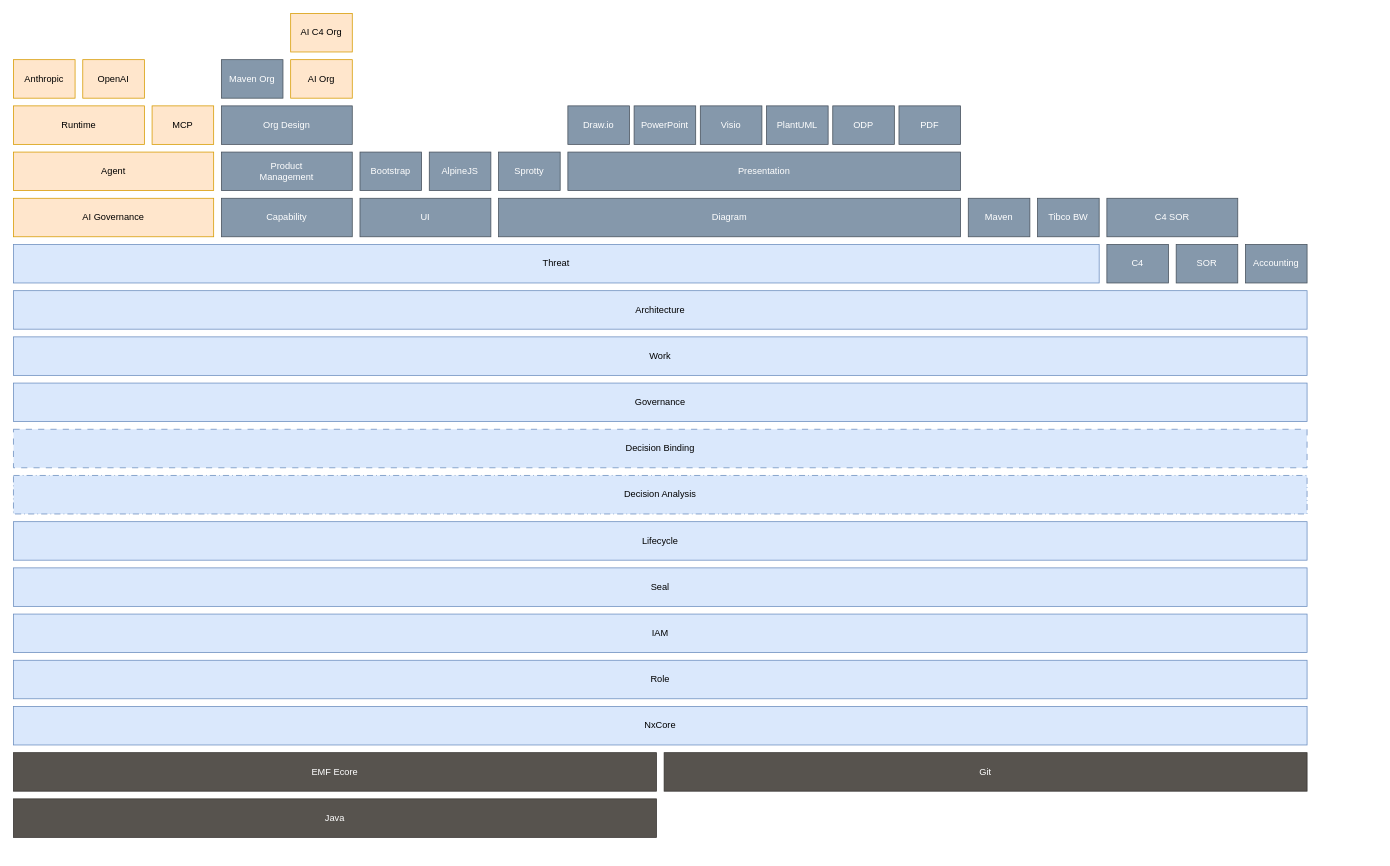
Earlier version of the draw.io diagram model-tower.drawio (Nasdanika/nasdanika.com). Source tidied: cells renumbered, new cells numbered last; positions are measured from the earlier drawing's top-left corner, leaving out a move shared by most shapes. Both pictures are drawn from the tidied source at 77%, with x=0, y=0 at pixel (13, 13).
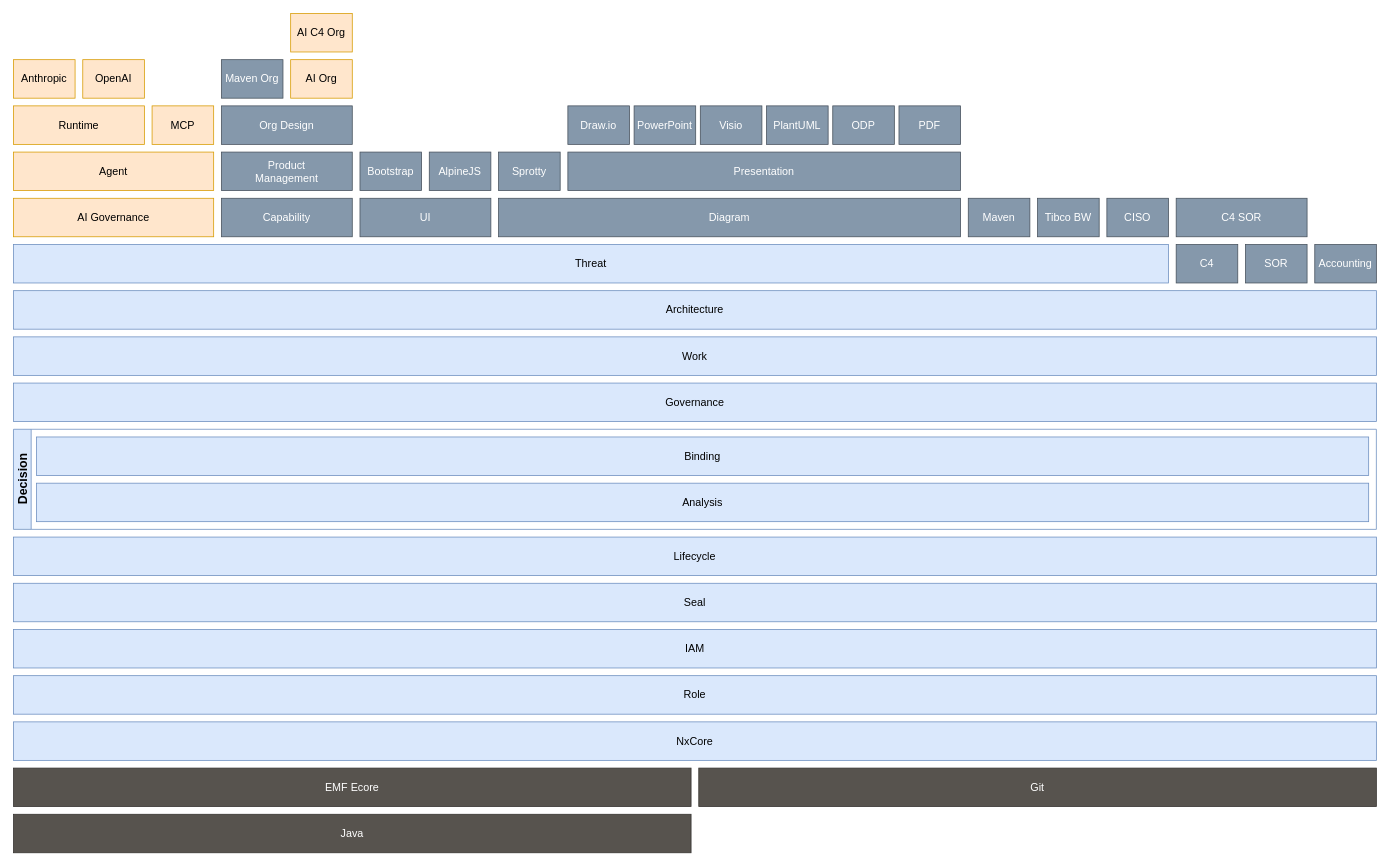
After the change.

Change to the diagram source:
```diff
@@
-    <mxCell id="2" value="NxCore" style="rounded=0;whiteSpace=wrap;html=1;fillColor=#dae8fc;strokeColor=#6c8ebf;" parent="1" vertex="1">
-      <mxGeometry y="900" width="1680" height="50" as="geometry" />
+    <mxCell id="2" value="NxCore" style="rounded=0;whiteSpace=wrap;html=1;fillColor=#dae8fc;strokeColor=#6c8ebf;fontSize=14;" parent="1" vertex="1">
+      <mxGeometry y="920" width="1770" height="50" as="geometry" />
     </mxCell>
-    <mxCell id="3" value="Role" style="rounded=0;whiteSpace=wrap;html=1;fillColor=#dae8fc;strokeColor=#6c8ebf;" parent="1" vertex="1">
-      <mxGeometry y="840" width="1680" height="50" as="geometry" />
+    <mxCell id="3" value="Role" style="rounded=0;whiteSpace=wrap;html=1;fillColor=#dae8fc;strokeColor=#6c8ebf;fontSize=14;" parent="1" vertex="1">
+      <mxGeometry y="860" width="1770" height="50" as="geometry" />
     </mxCell>
-    <mxCell id="4" value="IAM" style="rounded=0;whiteSpace=wrap;html=1;fillColor=#dae8fc;strokeColor=#6c8ebf;" parent="1" vertex="1">
-      <mxGeometry y="780" width="1680" height="50" as="geometry" />
+    <mxCell id="4" value="IAM" style="rounded=0;whiteSpace=wrap;html=1;fillColor=#dae8fc;strokeColor=#6c8ebf;fontSize=14;" parent="1" vertex="1">
+      <mxGeometry y="800" width="1770" height="50" as="geometry" />
     </mxCell>
-    <mxCell id="5" value="Lifecycle" style="rounded=0;whiteSpace=wrap;html=1;fillColor=#dae8fc;strokeColor=#6c8ebf;" parent="1" vertex="1">
-      <mxGeometry y="660" width="1680" height="50" as="geometry" />
+    <mxCell id="5" value="Lifecycle" style="rounded=0;whiteSpace=wrap;html=1;fillColor=#dae8fc;strokeColor=#6c8ebf;fontSize=14;" parent="1" vertex="1">
+      <mxGeometry y="680" width="1770" height="50" as="geometry" />
     </mxCell>
-    <mxCell id="6" value="Decision Analysis" style="rounded=0;whiteSpace=wrap;html=1;dashed=1;dashPattern=8 4 1 4;fillColor=#dae8fc;strokeColor=#6c8ebf;" parent="1" vertex="1">
-      <mxGeometry y="600" width="1680" height="50" as="geometry" />
-    </mxCell>
-    <mxCell id="7" value="Decision Binding" style="rounded=0;whiteSpace=wrap;html=1;dashed=1;dashPattern=8 8;fillColor=#dae8fc;strokeColor=#6c8ebf;" parent="1" vertex="1">
-      <mxGeometry y="540" width="1680" height="50" as="geometry" />
-    </mxCell>
-    <mxCell id="8" value="Governance" style="rounded=0;whiteSpace=wrap;html=1;fillColor=#dae8fc;strokeColor=#6c8ebf;" parent="1" vertex="1">
-      <mxGeometry y="480" width="1680" height="50" as="geometry" />
+    <mxCell id="8" value="Governance" style="rounded=0;whiteSpace=wrap;html=1;fillColor=#dae8fc;strokeColor=#6c8ebf;fontSize=14;" parent="1" vertex="1">
+      <mxGeometry y="480" width="1770" height="50" as="geometry" />
     </mxCell>
-    <mxCell id="9" value="Work" style="rounded=0;whiteSpace=wrap;html=1;fillColor=#dae8fc;strokeColor=#6c8ebf;" parent="1" vertex="1">
-      <mxGeometry y="420" width="1680" height="50" as="geometry" />
+    <mxCell id="9" value="Work" style="rounded=0;whiteSpace=wrap;html=1;fillColor=#dae8fc;strokeColor=#6c8ebf;fontSize=14;" parent="1" vertex="1">
+      <mxGeometry y="420" width="1770" height="50" as="geometry" />
     </mxCell>
-    <mxCell id="10" value="Architecture" style="rounded=0;whiteSpace=wrap;html=1;fillColor=#dae8fc;strokeColor=#6c8ebf;" parent="1" vertex="1">
-      <mxGeometry y="360" width="1680" height="50" as="geometry" />
+    <mxCell id="10" value="Architecture" style="rounded=0;whiteSpace=wrap;html=1;fillColor=#dae8fc;strokeColor=#6c8ebf;fontSize=14;" parent="1" vertex="1">
+      <mxGeometry y="360" width="1770" height="50" as="geometry" />
     </mxCell>
-    <mxCell id="11" value="Threat" style="rounded=0;whiteSpace=wrap;html=1;fillColor=#dae8fc;strokeColor=#6c8ebf;" parent="1" vertex="1">
-      <mxGeometry y="300" width="1410" height="50" as="geometry" />
+    <mxCell id="11" value="Threat" style="rounded=0;whiteSpace=wrap;html=1;fillColor=#dae8fc;strokeColor=#6c8ebf;fontSize=14;" parent="1" vertex="1">
+      <mxGeometry y="300" width="1500" height="50" as="geometry" />
     </mxCell>
-    <mxCell id="12" value="Org Design" style="rounded=0;whiteSpace=wrap;html=1;fillColor=#8598AB;strokeColor=#47515C;fontColor=#FFFFFF;" parent="1" vertex="1">
+    <mxCell id="12" value="Org Design" style="rounded=0;whiteSpace=wrap;html=1;fillColor=#8598AB;strokeColor=#47515C;fontColor=#FFFFFF;fontSize=14;" parent="1" vertex="1">
       <mxGeometry x="270" y="120" width="170" height="50" as="geometry" />
     </mxCell>
-    <mxCell id="13" value="Agent" style="rounded=0;whiteSpace=wrap;html=1;fillColor=#ffe6cc;strokeColor=#d79b00;" parent="1" vertex="1">
+    <mxCell id="13" value="Agent" style="rounded=0;whiteSpace=wrap;html=1;fillColor=#ffe6cc;strokeColor=#d79b00;fontSize=14;" parent="1" vertex="1">
       <mxGeometry y="180" width="260" height="50" as="geometry" />
     </mxCell>
-    <mxCell id="14" value="MCP" style="rounded=0;whiteSpace=wrap;html=1;fillColor=#ffe6cc;strokeColor=#d79b00;" parent="1" vertex="1">
+    <mxCell id="14" value="MCP" style="rounded=0;whiteSpace=wrap;html=1;fillColor=#ffe6cc;strokeColor=#d79b00;fontSize=14;" parent="1" vertex="1">
       <mxGeometry x="180" y="120" width="80" height="50" as="geometry" />
     </mxCell>
-    <mxCell id="15" value="Runtime" style="rounded=0;whiteSpace=wrap;html=1;fillColor=#ffe6cc;strokeColor=#d79b00;" parent="1" vertex="1">
+    <mxCell id="15" value="Runtime" style="rounded=0;whiteSpace=wrap;html=1;fillColor=#ffe6cc;strokeColor=#d79b00;fontSize=14;" parent="1" vertex="1">
       <mxGeometry y="120" width="170" height="50" as="geometry" />
     </mxCell>
-    <mxCell id="16" value="Anthropic" style="rounded=0;whiteSpace=wrap;html=1;fillColor=#ffe6cc;strokeColor=#d79b00;" parent="1" vertex="1">
+    <mxCell id="16" value="Anthropic" style="rounded=0;whiteSpace=wrap;html=1;fillColor=#ffe6cc;strokeColor=#d79b00;fontSize=14;" parent="1" vertex="1">
       <mxGeometry y="60" width="80" height="50" as="geometry" />
     </mxCell>
-    <mxCell id="17" value="OpenAI" style="rounded=0;whiteSpace=wrap;html=1;fillColor=#ffe6cc;strokeColor=#d79b00;" parent="1" vertex="1">
+    <mxCell id="17" value="OpenAI" style="rounded=0;whiteSpace=wrap;html=1;fillColor=#ffe6cc;strokeColor=#d79b00;fontSize=14;" parent="1" vertex="1">
       <mxGeometry x="90" y="60" width="80" height="50" as="geometry" />
     </mxCell>
-    <mxCell id="18" value="UI" style="rounded=0;whiteSpace=wrap;html=1;fillColor=#8598AB;strokeColor=#47515C;fontColor=#FFFFFF;" parent="1" vertex="1">
+    <mxCell id="18" value="UI" style="rounded=0;whiteSpace=wrap;html=1;fillColor=#8598AB;strokeColor=#47515C;fontColor=#FFFFFF;fontSize=14;" parent="1" vertex="1">
       <mxGeometry x="450" y="240" width="170" height="50" as="geometry" />
     </mxCell>
-    <mxCell id="19" value="Bootstrap" style="rounded=0;whiteSpace=wrap;html=1;fillColor=#8598AB;strokeColor=#47515C;fontColor=#FFFFFF;" parent="1" vertex="1">
+    <mxCell id="19" value="Bootstrap" style="rounded=0;whiteSpace=wrap;html=1;fillColor=#8598AB;strokeColor=#47515C;fontColor=#FFFFFF;fontSize=14;" parent="1" vertex="1">
       <mxGeometry x="450" y="180" width="80" height="50" as="geometry" />
     </mxCell>
-    <mxCell id="20" value="Capability" style="rounded=0;whiteSpace=wrap;html=1;fillColor=#8598AB;strokeColor=#47515C;fontColor=#FFFFFF;" parent="1" vertex="1">
+    <mxCell id="20" value="Capability" style="rounded=0;whiteSpace=wrap;html=1;fillColor=#8598AB;strokeColor=#47515C;fontColor=#FFFFFF;fontSize=14;" parent="1" vertex="1">
       <mxGeometry x="270" y="240" width="170" height="50" as="geometry" />
     </mxCell>
-    <mxCell id="21" value="Product&lt;div&gt;Management&lt;/div&gt;" style="rounded=0;whiteSpace=wrap;html=1;fillColor=#8598AB;strokeColor=#47515C;fontColor=#FFFFFF;" parent="1" vertex="1">
+    <mxCell id="21" value="Product&lt;div&gt;Management&lt;/div&gt;" style="rounded=0;whiteSpace=wrap;html=1;fillColor=#8598AB;strokeColor=#47515C;fontColor=#FFFFFF;fontSize=14;" parent="1" vertex="1">
       <mxGeometry x="270" y="180" width="170" height="50" as="geometry" />
     </mxCell>
-    <mxCell id="22" value="AlpineJS" style="rounded=0;whiteSpace=wrap;html=1;fillColor=#8598AB;strokeColor=#47515C;fontColor=#FFFFFF;" parent="1" vertex="1">
+    <mxCell id="22" value="AlpineJS" style="rounded=0;whiteSpace=wrap;html=1;fillColor=#8598AB;strokeColor=#47515C;fontColor=#FFFFFF;fontSize=14;" parent="1" vertex="1">
       <mxGeometry x="540" y="180" width="80" height="50" as="geometry" />
     </mxCell>
-    <mxCell id="23" value="Diagram" style="rounded=0;whiteSpace=wrap;html=1;fillColor=#8598AB;strokeColor=#47515C;fontColor=#FFFFFF;" parent="1" vertex="1">
+    <mxCell id="23" value="Diagram" style="rounded=0;whiteSpace=wrap;html=1;fillColor=#8598AB;strokeColor=#47515C;fontColor=#FFFFFF;fontSize=14;" parent="1" vertex="1">
       <mxGeometry x="630" y="240" width="600" height="50" as="geometry" />
     </mxCell>
-    <mxCell id="24" value="Sprotty" style="rounded=0;whiteSpace=wrap;html=1;fillColor=#8598AB;strokeColor=#47515C;fontColor=#FFFFFF;" parent="1" vertex="1">
+    <mxCell id="24" value="Sprotty" style="rounded=0;whiteSpace=wrap;html=1;fillColor=#8598AB;strokeColor=#47515C;fontColor=#FFFFFF;fontSize=14;" parent="1" vertex="1">
       <mxGeometry x="630" y="180" width="80" height="50" as="geometry" />
     </mxCell>
-    <mxCell id="25" value="Presentation" style="rounded=0;whiteSpace=wrap;html=1;fillColor=#8598AB;strokeColor=#47515C;fontColor=#FFFFFF;" parent="1" vertex="1">
+    <mxCell id="25" value="Presentation" style="rounded=0;whiteSpace=wrap;html=1;fillColor=#8598AB;strokeColor=#47515C;fontColor=#FFFFFF;fontSize=14;" parent="1" vertex="1">
       <mxGeometry x="720" y="180" width="510" height="50" as="geometry" />
     </mxCell>
-    <mxCell id="26" value="Draw.io" style="rounded=0;whiteSpace=wrap;html=1;fillColor=#8598AB;strokeColor=#47515C;fontColor=#FFFFFF;" parent="1" vertex="1">
+    <mxCell id="26" value="Draw.io" style="rounded=0;whiteSpace=wrap;html=1;fillColor=#8598AB;strokeColor=#47515C;fontColor=#FFFFFF;fontSize=14;" parent="1" vertex="1">
       <mxGeometry x="720" y="120" width="80" height="50" as="geometry" />
     </mxCell>
-    <mxCell id="27" value="PowerPoint" style="rounded=0;whiteSpace=wrap;html=1;fillColor=#8598AB;strokeColor=#47515C;fontColor=#FFFFFF;" parent="1" vertex="1">
+    <mxCell id="27" value="PowerPoint" style="rounded=0;whiteSpace=wrap;html=1;fillColor=#8598AB;strokeColor=#47515C;fontColor=#FFFFFF;fontSize=14;" parent="1" vertex="1">
       <mxGeometry x="806" y="120" width="80" height="50" as="geometry" />
     </mxCell>
-    <mxCell id="28" value="PlantUML" style="rounded=0;whiteSpace=wrap;html=1;fillColor=#8598AB;strokeColor=#47515C;fontColor=#FFFFFF;" parent="1" vertex="1">
+    <mxCell id="28" value="PlantUML" style="rounded=0;whiteSpace=wrap;html=1;fillColor=#8598AB;strokeColor=#47515C;fontColor=#FFFFFF;fontSize=14;" parent="1" vertex="1">
       <mxGeometry x="978" y="120" width="80" height="50" as="geometry" />
     </mxCell>
-    <mxCell id="29" value="ODP" style="rounded=0;whiteSpace=wrap;html=1;fillColor=#8598AB;strokeColor=#47515C;fontColor=#FFFFFF;" parent="1" vertex="1">
+    <mxCell id="29" value="ODP" style="rounded=0;whiteSpace=wrap;html=1;fillColor=#8598AB;strokeColor=#47515C;fontColor=#FFFFFF;fontSize=14;" parent="1" vertex="1">
       <mxGeometry x="1064" y="120" width="80" height="50" as="geometry" />
     </mxCell>
-    <mxCell id="30" value="Visio" style="rounded=0;whiteSpace=wrap;html=1;fillColor=#8598AB;strokeColor=#47515C;fontColor=#FFFFFF;" parent="1" vertex="1">
+    <mxCell id="30" value="Visio" style="rounded=0;whiteSpace=wrap;html=1;fillColor=#8598AB;strokeColor=#47515C;fontColor=#FFFFFF;fontSize=14;" parent="1" vertex="1">
       <mxGeometry x="892" y="120" width="80" height="50" as="geometry" />
     </mxCell>
-    <mxCell id="31" value="AI&amp;nbsp;&lt;span style=&quot;background-color: transparent; color: light-dark(rgb(0, 0, 0), rgb(255, 255, 255));&quot;&gt;Governance&lt;/span&gt;" style="rounded=0;whiteSpace=wrap;html=1;fillColor=#ffe6cc;strokeColor=#d79b00;" parent="1" vertex="1">
+    <mxCell id="31" value="AI&amp;nbsp;&lt;span style=&quot;background-color: transparent; color: light-dark(rgb(0, 0, 0), rgb(255, 255, 255));&quot;&gt;Governance&lt;/span&gt;" style="rounded=0;whiteSpace=wrap;html=1;fillColor=#ffe6cc;strokeColor=#d79b00;fontSize=14;" parent="1" vertex="1">
       <mxGeometry y="240" width="260" height="50" as="geometry" />
     </mxCell>
-    <mxCell id="32" value="PDF" style="rounded=0;whiteSpace=wrap;html=1;fillColor=#8598AB;strokeColor=#47515C;fontColor=#FFFFFF;" parent="1" vertex="1">
+    <mxCell id="32" value="PDF" style="rounded=0;whiteSpace=wrap;html=1;fillColor=#8598AB;strokeColor=#47515C;fontColor=#FFFFFF;fontSize=14;" parent="1" vertex="1">
       <mxGeometry x="1150" y="120" width="80" height="50" as="geometry" />
     </mxCell>
-    <mxCell id="33" value="Git" style="rounded=0;whiteSpace=wrap;html=1;fillColor=#57534E;fontColor=#ffffff;strokeColor=#363330;" parent="1" vertex="1">
-      <mxGeometry x="845" y="960" width="835" height="50" as="geometry" />
+    <mxCell id="33" value="Git" style="rounded=0;whiteSpace=wrap;html=1;fillColor=#57534E;fontColor=#ffffff;strokeColor=#363330;fontSize=14;" parent="1" vertex="1">
+      <mxGeometry x="890" y="980" width="880" height="50" as="geometry" />
     </mxCell>
-    <mxCell id="34" value="Seal" style="rounded=0;whiteSpace=wrap;html=1;fillColor=#dae8fc;strokeColor=#6c8ebf;" parent="1" vertex="1">
-      <mxGeometry y="720" width="1680" height="50" as="geometry" />
+    <mxCell id="34" value="Seal" style="rounded=0;whiteSpace=wrap;html=1;fillColor=#dae8fc;strokeColor=#6c8ebf;fontSize=14;" parent="1" vertex="1">
+      <mxGeometry y="740" width="1770" height="50" as="geometry" />
     </mxCell>
-    <mxCell id="35" value="Maven" style="rounded=0;whiteSpace=wrap;html=1;fillColor=#8598AB;strokeColor=#47515C;fontColor=#FFFFFF;" parent="1" vertex="1">
+    <mxCell id="35" value="Maven" style="rounded=0;whiteSpace=wrap;html=1;fillColor=#8598AB;strokeColor=#47515C;fontColor=#FFFFFF;fontSize=14;" parent="1" vertex="1">
       <mxGeometry x="1240" y="240" width="80" height="50" as="geometry" />
     </mxCell>
-    <mxCell id="36" value="C4" style="rounded=0;whiteSpace=wrap;html=1;fillColor=#8598AB;strokeColor=#47515C;fontColor=#FFFFFF;" parent="1" vertex="1">
-      <mxGeometry x="1420" y="300" width="80" height="50" as="geometry" />
+    <mxCell id="36" value="C4" style="rounded=0;whiteSpace=wrap;html=1;fillColor=#8598AB;strokeColor=#47515C;fontColor=#FFFFFF;fontSize=14;" parent="1" vertex="1">
+      <mxGeometry x="1510" y="300" width="80" height="50" as="geometry" />
     </mxCell>
-    <mxCell id="37" value="Maven Org" style="rounded=0;whiteSpace=wrap;html=1;fillColor=#8598AB;strokeColor=#47515C;fontColor=#FFFFFF;" parent="1" vertex="1">
+    <mxCell id="37" value="Maven Org" style="rounded=0;whiteSpace=wrap;html=1;fillColor=#8598AB;strokeColor=#47515C;fontColor=#FFFFFF;fontSize=14;" parent="1" vertex="1">
       <mxGeometry x="270" y="60" width="80" height="50" as="geometry" />
     </mxCell>
-    <mxCell id="38" value="EMF Ecore" style="rounded=0;whiteSpace=wrap;html=1;fillColor=#57534E;fontColor=#ffffff;strokeColor=#363330;" parent="1" vertex="1">
-      <mxGeometry y="960" width="835" height="50" as="geometry" />
+    <mxCell id="38" value="EMF Ecore" style="rounded=0;whiteSpace=wrap;html=1;fillColor=#57534E;fontColor=#ffffff;strokeColor=#363330;fontSize=14;" parent="1" vertex="1">
+      <mxGeometry y="980" width="880" height="50" as="geometry" />
     </mxCell>
-    <mxCell id="39" value="Java" style="rounded=0;whiteSpace=wrap;html=1;fillColor=#57534E;fontColor=#ffffff;strokeColor=#363330;" parent="1" vertex="1">
-      <mxGeometry y="1020" width="835" height="50" as="geometry" />
+    <mxCell id="39" value="Java" style="rounded=0;whiteSpace=wrap;html=1;fillColor=#57534E;fontColor=#ffffff;strokeColor=#363330;fontSize=14;" parent="1" vertex="1">
+      <mxGeometry y="1040" width="880" height="50" as="geometry" />
     </mxCell>
-    <mxCell id="40" value="AI&amp;nbsp;&lt;span style=&quot;background-color: transparent; color: light-dark(rgb(0, 0, 0), rgb(255, 255, 255));&quot;&gt;Org&lt;/span&gt;" style="rounded=0;whiteSpace=wrap;html=1;fillColor=#ffe6cc;strokeColor=#d79b00;" parent="1" vertex="1">
+    <mxCell id="40" value="AI&amp;nbsp;&lt;span style=&quot;background-color: transparent; color: light-dark(rgb(0, 0, 0), rgb(255, 255, 255));&quot;&gt;Org&lt;/span&gt;" style="rounded=0;whiteSpace=wrap;html=1;fillColor=#ffe6cc;strokeColor=#d79b00;fontSize=14;" parent="1" vertex="1">
       <mxGeometry x="360" y="60" width="80" height="50" as="geometry" />
     </mxCell>
-    <mxCell id="41" value="Tibco BW" style="rounded=0;whiteSpace=wrap;html=1;fillColor=#8598AB;strokeColor=#47515C;fontColor=#FFFFFF;" parent="1" vertex="1">
+    <mxCell id="41" value="Tibco BW" style="rounded=0;whiteSpace=wrap;html=1;fillColor=#8598AB;strokeColor=#47515C;fontColor=#FFFFFF;fontSize=14;" parent="1" vertex="1">
       <mxGeometry x="1330" y="240" width="80" height="50" as="geometry" />
     </mxCell>
-    <mxCell id="42" value="SOR" style="rounded=0;whiteSpace=wrap;html=1;fillColor=#8598AB;strokeColor=#47515C;fontColor=#FFFFFF;" parent="1" vertex="1">
-      <mxGeometry x="1510" y="300" width="80" height="50" as="geometry" />
+    <mxCell id="42" value="SOR" style="rounded=0;whiteSpace=wrap;html=1;fillColor=#8598AB;strokeColor=#47515C;fontColor=#FFFFFF;fontSize=14;" parent="1" vertex="1">
+      <mxGeometry x="1600" y="300" width="80" height="50" as="geometry" />
     </mxCell>
-    <mxCell id="43" value="AI C4&amp;nbsp;&lt;span style=&quot;background-color: transparent; color: light-dark(rgb(0, 0, 0), rgb(255, 255, 255));&quot;&gt;Org&lt;/span&gt;" style="rounded=0;whiteSpace=wrap;html=1;fillColor=#ffe6cc;strokeColor=#d79b00;" parent="1" vertex="1">
+    <mxCell id="43" value="AI C4&amp;nbsp;&lt;span style=&quot;background-color: transparent; color: light-dark(rgb(0, 0, 0), rgb(255, 255, 255));&quot;&gt;Org&lt;/span&gt;" style="rounded=0;whiteSpace=wrap;html=1;fillColor=#ffe6cc;strokeColor=#d79b00;fontSize=14;" parent="1" vertex="1">
       <mxGeometry x="360" width="80" height="50" as="geometry" />
     </mxCell>
-    <mxCell id="44" value="Accounting" style="rounded=0;whiteSpace=wrap;html=1;fillColor=#8598AB;strokeColor=#47515C;fontColor=#FFFFFF;" parent="1" vertex="1">
-      <mxGeometry x="1600" y="300" width="80" height="50" as="geometry" />
+    <mxCell id="44" value="Accounting" style="rounded=0;whiteSpace=wrap;html=1;fillColor=#8598AB;strokeColor=#47515C;fontColor=#FFFFFF;fontSize=14;" parent="1" vertex="1">
+      <mxGeometry x="1690" y="300" width="80" height="50" as="geometry" />
     </mxCell>
-    <mxCell id="45" value="C4 SOR" style="rounded=0;whiteSpace=wrap;html=1;fillColor=#8598AB;strokeColor=#47515C;fontColor=#FFFFFF;" parent="1" vertex="1">
-      <mxGeometry x="1420" y="240" width="170" height="50" as="geometry" />
+    <mxCell id="45" value="C4 SOR" style="rounded=0;whiteSpace=wrap;html=1;fillColor=#8598AB;strokeColor=#47515C;fontColor=#FFFFFF;fontSize=14;" parent="1" vertex="1">
+      <mxGeometry x="1510" y="240" width="170" height="50" as="geometry" />
     </mxCell>
+    <mxCell id="46" value="CISO" style="rounded=0;whiteSpace=wrap;html=1;fillColor=#8598AB;strokeColor=#47515C;fontColor=#FFFFFF;fontSize=14;" parent="1" vertex="1">
+      <mxGeometry x="1420" y="240" width="80" height="50" as="geometry" />
+    </mxCell>
+    <mxCell id="47" value="Decision" style="swimlane;horizontal=0;whiteSpace=wrap;html=1;fillColor=#dae8fc;strokeColor=#6c8ebf;fontSize=16;" parent="1" vertex="1">
+      <mxGeometry y="540" width="1770" height="130" as="geometry" />
+    </mxCell>
+    <mxCell id="6" value="Analysis" style="rounded=0;whiteSpace=wrap;html=1;fillColor=#dae8fc;strokeColor=#6c8ebf;fontSize=14;" parent="47" vertex="1">
+      <mxGeometry x="30" y="70" width="1730" height="50" as="geometry" />
+    </mxCell>
+    <mxCell id="7" value="Binding" style="rounded=0;whiteSpace=wrap;html=1;fillColor=#dae8fc;strokeColor=#6c8ebf;fontSize=14;" parent="47" vertex="1">
+      <mxGeometry x="30" y="10" width="1730" height="50" as="geometry" />
+    </mxCell>
```
